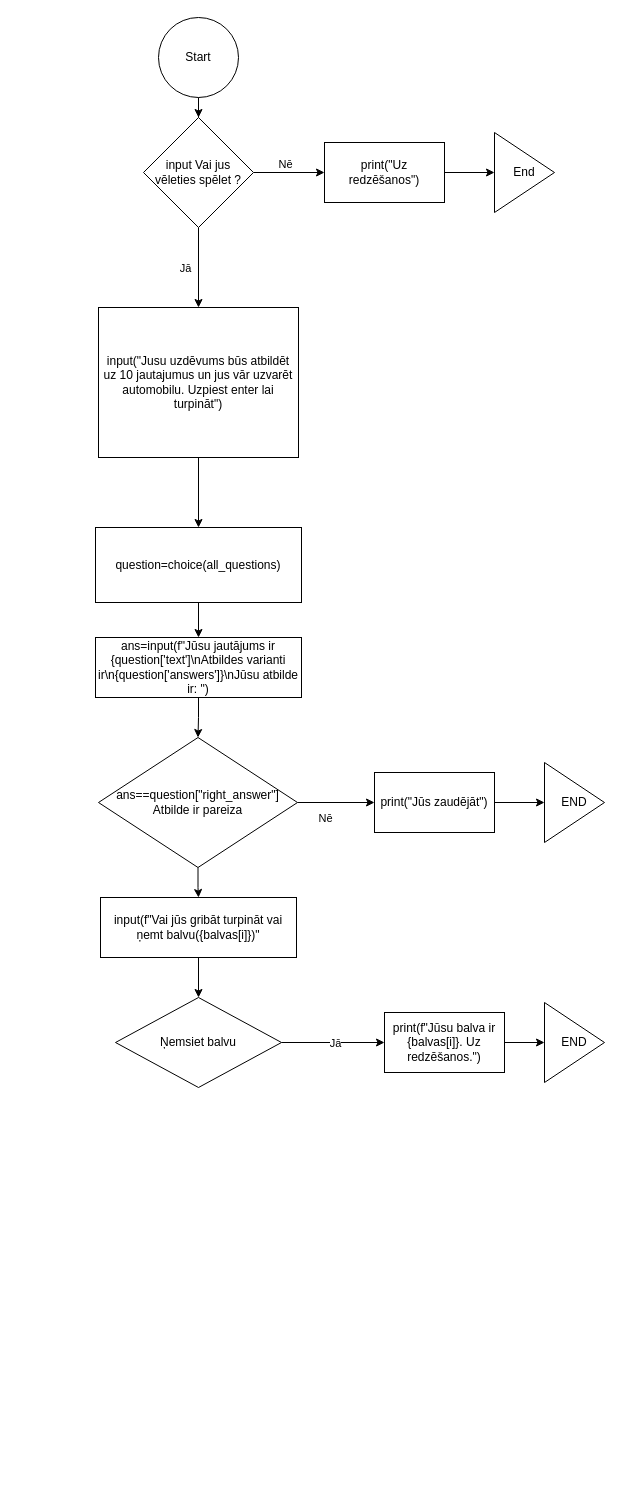
hgksd/Stunda-07.10-Sp-le keeps this draw.io diagram as Speles diagrama.drawio. Above is the earlier version. Source tidied: cells renumbered, new cells numbered last; positions are measured from the earlier drawing's top-left corner, leaving out a move shared by most shapes. Both pictures are drawn from the tidied source at 100%, with x=0, y=0 at pixel (95, 17).
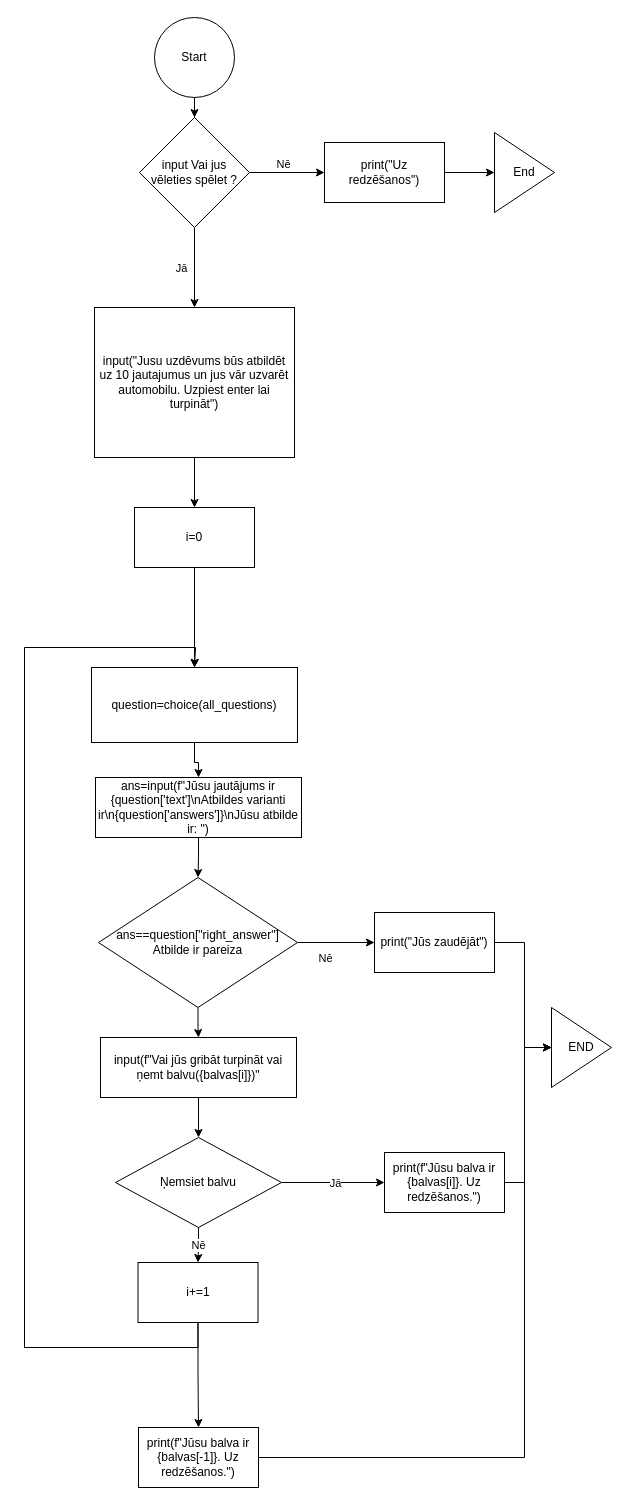
Above is the later version.

Commit message:
Finally updated  diagram

What changed in the source:
```diff
@@
     <mxCell id="3" value="Start" style="ellipse;whiteSpace=wrap;html=1;" parent="1" vertex="1">
-      <mxGeometry x="63" width="80" height="80" as="geometry" />
+      <mxGeometry x="59" width="80" height="80" as="geometry" />
     </mxCell>
@@
     <mxCell id="8" value="input Vai jus vēleties spēlet ?" style="rhombus;whiteSpace=wrap;html=1;" parent="1" vertex="1">
-      <mxGeometry x="48" y="100" width="110" height="110" as="geometry" />
+      <mxGeometry x="44" y="100" width="110" height="110" as="geometry" />
     </mxCell>
@@
-    <mxCell id="11" style="edgeStyle=orthogonalEdgeStyle;rounded=0;jettySize=auto;html=1;" parent="1" edge="1" source="12" target="15">
-      <mxGeometry relative="1" as="geometry" />
-    </mxCell>
+    <mxCell id="33" style="edgeStyle=orthogonalEdgeStyle;rounded=0;jettySize=auto;html=1;" parent="1" edge="1" source="12" target="37">
+      <mxGeometry relative="1" as="geometry" />
+    </mxCell>
     <mxCell id="12" value="input(&quot;Jusu uzdēvums būs atbildēt uz 10 jautajumus un jus vār uzvarēt automobilu. Uzpiest enter lai turpināt&quot;)" style="whiteSpace=wrap;html=1;" parent="1" vertex="1">
-      <mxGeometry x="3" y="290" width="200" height="150" as="geometry" />
+      <mxGeometry x="-1" y="290" width="200" height="150" as="geometry" />
     </mxCell>
@@
     <mxCell id="15" value="question=choice(all_questions)" style="rounded=0;whiteSpace=wrap;html=1;" parent="1" vertex="1">
-      <mxGeometry y="510" width="206" height="75" as="geometry" />
+      <mxGeometry x="-4" y="650" width="206" height="75" as="geometry" />
     </mxCell>
@@
     <mxCell id="17" value="ans=input(f&quot;Jūsu jautājums ir {question['text']\nAtbildes varianti ir\n{question['answers']}\nJūsu atbilde ir: &quot;)" style="rounded=0;whiteSpace=wrap;html=1;" parent="1" vertex="1">
-      <mxGeometry y="620" width="206" height="60" as="geometry" />
+      <mxGeometry y="760" width="206" height="60" as="geometry" />
     </mxCell>
@@
     <mxCell id="21" value="&lt;div&gt;ans==question[&quot;right_answer&quot;]&lt;/div&gt;Atbilde ir pareiza" style="rhombus;whiteSpace=wrap;html=1;" parent="1" vertex="1">
-      <mxGeometry x="3" y="720" width="199" height="130" as="geometry" />
+      <mxGeometry x="3" y="860" width="199" height="130" as="geometry" />
     </mxCell>
-    <mxCell id="22" style="edgeStyle=orthogonalEdgeStyle;rounded=0;jettySize=auto;html=1;entryX=0;entryY=0.5;entryDx=0;entryDy=0;" parent="1" edge="1" source="23" target="24">
-      <mxGeometry relative="1" as="geometry" />
-    </mxCell>
+    <mxCell id="34" style="edgeStyle=orthogonalEdgeStyle;rounded=0;jettySize=auto;html=1;entryX=0;entryY=0.5;entryDx=0;entryDy=0;" parent="1" edge="1" source="23" target="32">
+      <mxGeometry relative="1" as="geometry">
+        <Array as="points">
+          <mxPoint x="429" y="925" />
+          <mxPoint x="429" y="1030" />
+        </Array>
+      </mxGeometry>
+    </mxCell>
     <mxCell id="23" value="print(&quot;Jūs zaudējāt&quot;)" style="rounded=0;whiteSpace=wrap;html=1;" parent="1" vertex="1">
-      <mxGeometry x="279" y="755" width="120" height="60" as="geometry" />
+      <mxGeometry x="279" y="895" width="120" height="60" as="geometry" />
     </mxCell>
-    <mxCell id="24" value="END" style="triangle;whiteSpace=wrap;html=1;" parent="1" vertex="1">
-      <mxGeometry x="449" y="745" width="60" height="80" as="geometry" />
-    </mxCell>
@@
     <mxCell id="26" value="input(f&quot;Vai jūs gribāt turpināt vai ņemt balvu({balvas[i]})&quot;" style="rounded=0;whiteSpace=wrap;html=1;" parent="1" vertex="1">
-      <mxGeometry x="5" y="880" width="196" height="60" as="geometry" />
+      <mxGeometry x="5" y="1020" width="196" height="60" as="geometry" />
     </mxCell>
@@
+    <mxCell id="35" value="Nē" style="edgeStyle=orthogonalEdgeStyle;rounded=0;jettySize=auto;html=1;" parent="1" edge="1" source="29" target="40">
+      <mxGeometry relative="1" as="geometry" />
+    </mxCell>
     <mxCell id="29" value="Ņemsiet balvu" style="rhombus;whiteSpace=wrap;html=1;" parent="1" vertex="1">
-      <mxGeometry x="20" y="980" width="166" height="90" as="geometry" />
+      <mxGeometry x="20" y="1120" width="166" height="90" as="geometry" />
     </mxCell>
     <mxCell id="30" style="edgeStyle=orthogonalEdgeStyle;rounded=0;jettySize=auto;html=1;entryX=0;entryY=0.5;entryDx=0;entryDy=0;" parent="1" edge="1" source="31" target="32">
-      <mxGeometry relative="1" as="geometry" />
+      <mxGeometry relative="1" as="geometry">
+        <Array as="points">
+          <mxPoint x="429" y="1165" />
+          <mxPoint x="429" y="1030" />
+        </Array>
+      </mxGeometry>
     </mxCell>
     <mxCell id="31" value="print(f&quot;Jūsu balva ir {balvas[i]}. Uz redzēšanos.&quot;)" style="rounded=0;whiteSpace=wrap;html=1;" parent="1" vertex="1">
-      <mxGeometry x="289" y="995" width="120" height="60" as="geometry" />
+      <mxGeometry x="289" y="1135" width="120" height="60" as="geometry" />
     </mxCell>
     <mxCell id="32" value="END" style="triangle;whiteSpace=wrap;html=1;" parent="1" vertex="1">
-      <mxGeometry x="449" y="985" width="60" height="80" as="geometry" />
+      <mxGeometry x="456" y="990" width="60" height="80" as="geometry" />
     </mxCell>
+    <mxCell id="36" style="edgeStyle=orthogonalEdgeStyle;rounded=0;jettySize=auto;html=1;exitX=0.5;exitY=1;exitDx=0;exitDy=0;entryX=0.5;entryY=0;entryDx=0;entryDy=0;" parent="1" edge="1" source="37" target="15">
+      <mxGeometry relative="1" as="geometry">
+        <Array as="points">
+          <mxPoint x="99" y="640" />
+          <mxPoint x="99" y="640" />
+        </Array>
+      </mxGeometry>
+    </mxCell>
+    <mxCell id="37" value="i=0" style="rounded=0;whiteSpace=wrap;html=1;" parent="1" vertex="1">
+      <mxGeometry x="39" y="490" width="120" height="60" as="geometry" />
+    </mxCell>
+    <mxCell id="38" style="edgeStyle=orthogonalEdgeStyle;rounded=0;jettySize=auto;html=1;entryX=0.5;entryY=0;entryDx=0;entryDy=0;" parent="1" edge="1" source="40" target="15">
+      <mxGeometry relative="1" as="geometry">
+        <Array as="points">
+          <mxPoint x="103" y="1330" />
+          <mxPoint x="-71" y="1330" />
+          <mxPoint x="-71" y="630" />
+          <mxPoint x="100" y="630" />
+          <mxPoint x="100" y="650" />
+        </Array>
+      </mxGeometry>
+    </mxCell>
+    <mxCell id="39" style="edgeStyle=orthogonalEdgeStyle;rounded=0;jettySize=auto;html=1;" parent="1" edge="1" source="40" target="42">
+      <mxGeometry relative="1" as="geometry" />
+    </mxCell>
+    <mxCell id="40" value="i+=1" style="rounded=0;whiteSpace=wrap;html=1;" parent="1" vertex="1">
+      <mxGeometry x="42.5" y="1245" width="120" height="60" as="geometry" />
+    </mxCell>
+    <mxCell id="41" style="edgeStyle=orthogonalEdgeStyle;rounded=0;jettySize=auto;html=1;entryX=0;entryY=0.5;entryDx=0;entryDy=0;" parent="1" edge="1" source="42" target="32">
+      <mxGeometry relative="1" as="geometry">
+        <Array as="points">
+          <mxPoint x="429" y="1440" />
+          <mxPoint x="429" y="1030" />
+        </Array>
+      </mxGeometry>
+    </mxCell>
+    <mxCell id="42" value="print(f&quot;Jūsu balva ir {balvas[-1]}. Uz redzēšanos.&quot;)" style="rounded=0;whiteSpace=wrap;html=1;" parent="1" vertex="1">
+      <mxGeometry x="43" y="1410" width="120" height="60" as="geometry" />
+    </mxCell>
```
